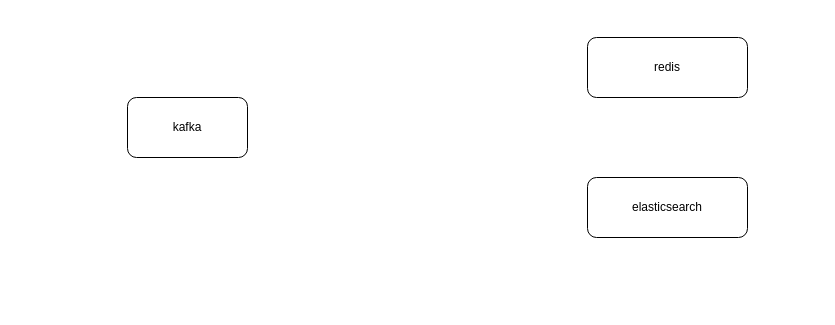
Earlier version of the draw.io diagram design/statsreceiver.drawio (rwxwzy/statsreceiver). Source tidied: cells renumbered, new cells numbered last; positions are measured from the earlier drawing's top-left corner, leaving out a move shared by most shapes. Both pictures are drawn from the tidied source at 100%, with x=0, y=0 at pixel (127, 37).
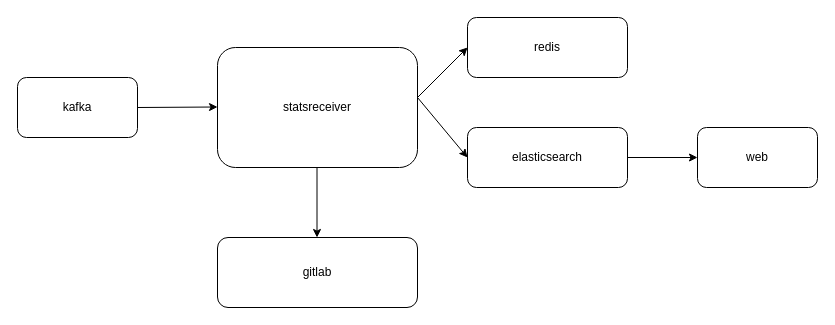
The same diagram, later.

Diff of the diagram source:
```diff
@@
 <mxGraphModel>
   <root>
     <mxCell id="0" />
     <mxCell id="1" parent="0" />
     <mxCell id="2" value="redis" style="rounded=1;whiteSpace=wrap;html=1;" parent="1" vertex="1">
-      <mxGeometry x="460" width="160" height="60" as="geometry" />
+      <mxGeometry x="340" y="-20" width="160" height="60" as="geometry" />
     </mxCell>
     <mxCell id="3" value="elasticsearch" style="rounded=1;whiteSpace=wrap;html=1;" parent="1" vertex="1">
-      <mxGeometry x="460" y="140" width="160" height="60" as="geometry" />
+      <mxGeometry x="340" y="90" width="160" height="60" as="geometry" />
     </mxCell>
     <mxCell id="4" value="kafka" style="rounded=1;whiteSpace=wrap;html=1;" parent="1" vertex="1">
-      <mxGeometry y="60" width="120" height="60" as="geometry" />
+      <mxGeometry x="-110" y="40" width="120" height="60" as="geometry" />
     </mxCell>
+    <mxCell id="5" value="statsreceiver" style="rounded=1;whiteSpace=wrap;html=1;" parent="1" vertex="1">
+      <mxGeometry x="90" y="10" width="200" height="120" as="geometry" />
+    </mxCell>
+    <mxCell id="6" style="endArrow=classic;html=1;rounded=0;exitX=1;exitY=0.5;exitDx=0;exitDy=0;" parent="1" edge="1" source="4">
+      <mxGeometry relative="1" as="geometry">
+        <mxPoint x="90" y="69.5" as="targetPoint" />
+      </mxGeometry>
+    </mxCell>
+    <mxCell id="7" value="gitlab" style="rounded=1;whiteSpace=wrap;html=1;" parent="1" vertex="1">
+      <mxGeometry x="90" y="200" width="200" height="70" as="geometry" />
+    </mxCell>
+    <mxCell id="8" style="endArrow=classic;html=1;rounded=0;entryX=0;entryY=0.5;entryDx=0;entryDy=0;" parent="1" edge="1" target="2">
+      <mxGeometry relative="1" as="geometry">
+        <mxPoint x="290" y="60" as="sourcePoint" />
+      </mxGeometry>
+    </mxCell>
+    <mxCell id="9" style="endArrow=classic;html=1;rounded=0;entryX=0;entryY=0.5;entryDx=0;entryDy=0;" parent="1" edge="1" target="3">
+      <mxGeometry relative="1" as="geometry">
+        <mxPoint x="290" y="60" as="sourcePoint" />
+      </mxGeometry>
+    </mxCell>
+    <mxCell id="10" style="endArrow=classic;html=1;rounded=0;" parent="1" edge="1">
+      <mxGeometry relative="1" as="geometry">
+        <mxPoint x="189.5" y="130" as="sourcePoint" />
+        <mxPoint x="189.5" y="200" as="targetPoint" />
+      </mxGeometry>
+    </mxCell>
+    <mxCell id="11" value="web" style="rounded=1;whiteSpace=wrap;html=1;" parent="1" vertex="1">
+      <mxGeometry x="570" y="90" width="120" height="60" as="geometry" />
+    </mxCell>
+    <mxCell id="12" style="endArrow=classic;html=1;rounded=0;entryX=0;entryY=0.5;entryDx=0;entryDy=0;exitX=1;exitY=0.5;exitDx=0;exitDy=0;" parent="1" edge="1" source="3" target="11">
+      <mxGeometry relative="1" as="geometry" />
+    </mxCell>
   </root>
 </mxGraphModel>
```
